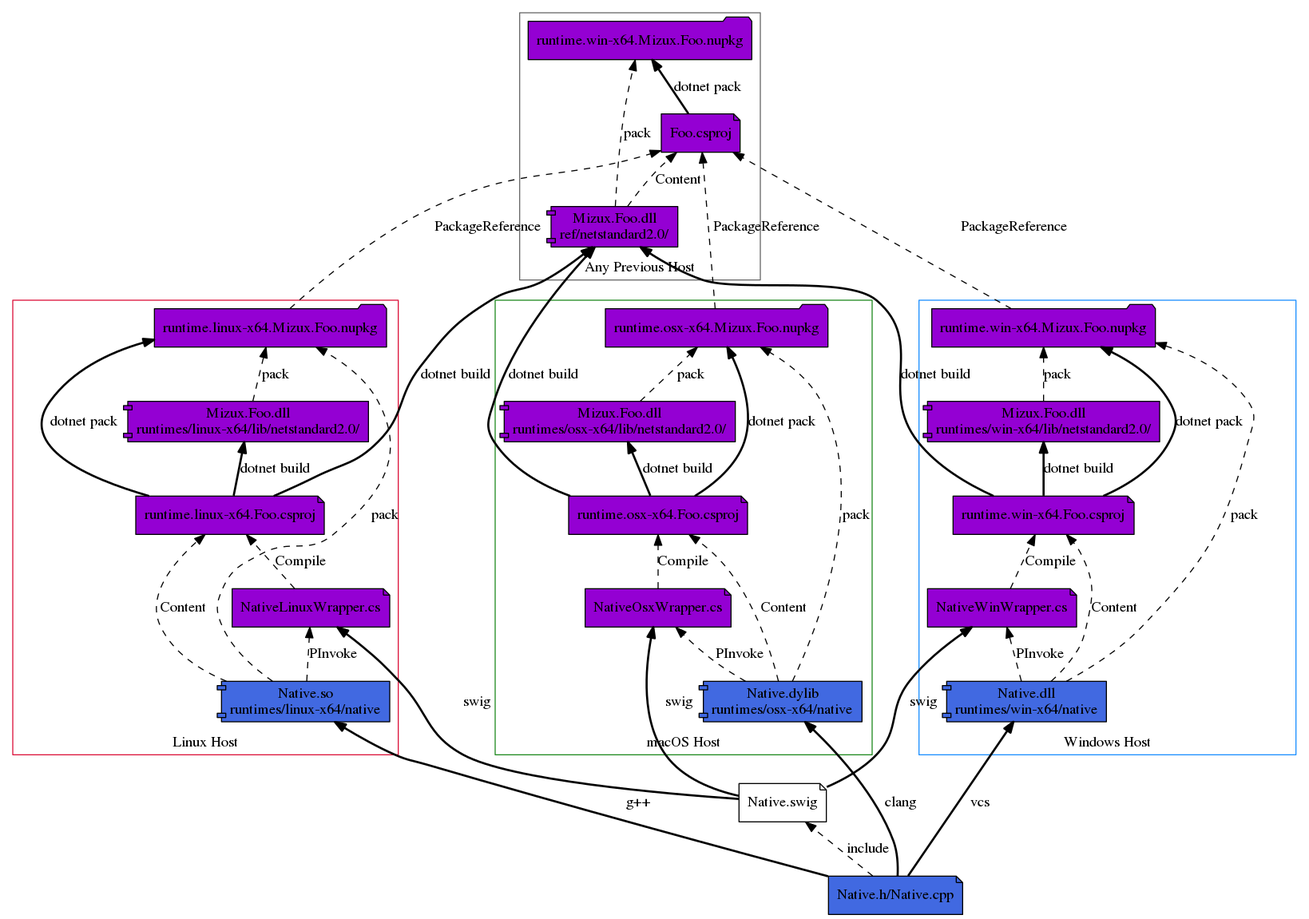
The Graphviz diagram doc/local_pipeline.png in Mizux/dotnet-native, before a commit. Its source is kept beside it as doc/local_pipeline.dot.
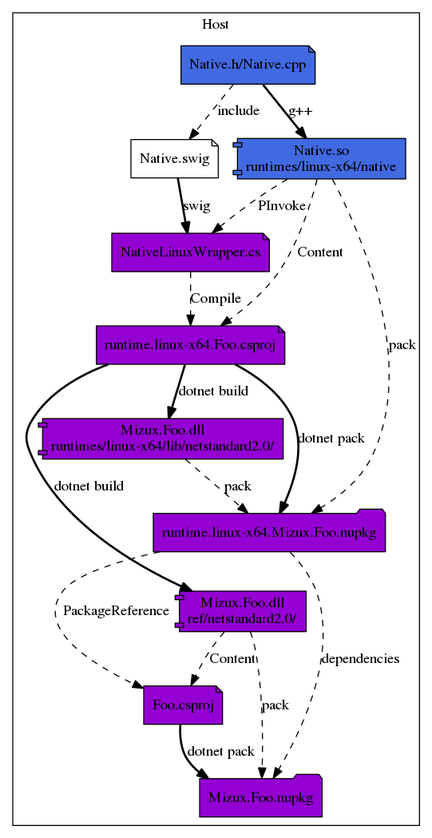
After the change.

Change to the diagram source:
```diff
@@ -1,14 +1,14 @@
 @startdot
 digraph Make {
-  rankdir=BT;
-  node [shape=note, style="rounded,filled", color=black, fillcolor=royalblue];
-  CPP [label="Native.h/Native.cpp"];
-  SWIG [label="Native.swig", fillcolor=white];
-  CPP -> SWIG [label="include", style=dashed];
+  rankdir=TD;
+  subgraph clusterLinux {
+    color=black;
+    label = "Host";
+    node [shape=note, style="rounded,filled", color=black, fillcolor=royalblue];
+    CPP [label="Native.h/Native.cpp"];
+    SWIG [label="Native.swig", fillcolor=white];
+    CPP -> SWIG [label="include", style=dashed];
 
-  subgraph clusterLinux {
-    color=crimson;
-    label = "Linux Host";
     node [shape=note, style="rounded,filled", color=black, fillcolor=darkviolet];
     LINUX_LIB [label="Native.so\nruntimes/linux-x64/native", shape=component, fillcolor=royalblue];
     LINUX_CS [label="NativeLinuxWrapper.cs"];
@@ -23,77 +23,24 @@
     LINUX_LIB -> LINUX_NUPKG [label="pack", style=dashed];
     LINUX_DLL -> LINUX_NUPKG [label="pack", style=dashed];
     LINUX_CSPROJ -> LINUX_NUPKG [label="dotnet pack", style=bold];
-  }
-  SWIG -> LINUX_CS [label="swig", style=bold];
-  CPP -> LINUX_LIB [label="g++", style=bold];
 
-  subgraph clusterOsx {
-    color=forestgreen;
-    label = "macOS Host";
-    node [shape=note, style="rounded,filled", color=black, fillcolor=darkviolet];
-    OSX_LIB [label="Native.dylib\nruntimes/osx-x64/native", shape=component, fillcolor=royalblue];
-    OSX_CS [label="NativeOsxWrapper.cs"];
-    OSX_CSPROJ [label="runtime.osx-x64.Foo.csproj"];
-    OSX_DLL [label="Mizux.Foo.dll\nruntimes/osx-x64/lib/netstandard2.0/", shape=component];
-    OSX_NUPKG [label="runtime.osx-x64.Mizux.Foo.nupkg", shape=folder];
+    SWIG -> LINUX_CS [label="swig", style=bold];
+    CPP -> LINUX_LIB [label="g++", style=bold];
 
-    OSX_LIB -> OSX_CS [label="PInvoke", style=dashed];
-    OSX_CS -> OSX_CSPROJ [label="Compile", style=dashed];
-    OSX_LIB -> OSX_CSPROJ [label="Content", style=dashed];
-    OSX_CSPROJ -> OSX_DLL [label="dotnet build", style=bold];
-    OSX_LIB -> OSX_NUPKG [label="pack", style=dashed];
-    OSX_DLL -> OSX_NUPKG [label="pack", style=dashed];
-    OSX_CSPROJ -> OSX_NUPKG [label="dotnet pack", style=bold];
-  }
-  SWIG -> OSX_CS [label="swig", style=bold];
-  CPP -> OSX_LIB [label="clang", style=bold];
-
-  subgraph clusterWin {
-    color=dodgerblue;
-    label = "Windows Host";
-    node [shape=note, style="rounded,filled", color=black, fillcolor=darkviolet];
-    WIN_LIB [label="Native.dll\nruntimes/win-x64/native", shape=component, fillcolor=royalblue];
-    WIN_CS [label="NativeWinWrapper.cs"];
-    WIN_CSPROJ [label="runtime.win-x64.Foo.csproj"];
-    WIN_DLL [label="Mizux.Foo.dll\nruntimes/win-x64/lib/netstandard2.0/", shape=component];
-    WIN_NUPKG [label="runtime.win-x64.Mizux.Foo.nupkg", shape=folder];
-
-    WIN_LIB -> WIN_CS [label="PInvoke", style=dashed];
-    WIN_CS -> WIN_CSPROJ [label="Compile", style=dashed];
-    WIN_LIB -> WIN_CSPROJ [label="Content", style=dashed];
-    WIN_CSPROJ -> WIN_DLL [label="dotnet build", style=bold];
-    WIN_LIB -> WIN_NUPKG [label="pack", style=dashed];
-    WIN_DLL -> WIN_NUPKG [label="pack", style=dashed];
-    WIN_CSPROJ -> WIN_NUPKG [label="dotnet pack", style=bold];
-  }
-  SWIG -> WIN_CS [label="swig", style=bold];
-  CPP -> WIN_LIB [label="vcs", style=bold];
-
-  subgraph clusterAny {
-    color=dimgrey;
-    label = "Any Previous Host";
     node [shape=note, style="rounded,filled", color=black, fillcolor=darkviolet];
     FOO_REF [label="Mizux.Foo.dll\nref/netstandard2.0/", shape=component];
     FOO_CSPROJ [label="Foo.csproj"];
-    FOO_NUPKG [label="runtime.win-x64.Mizux.Foo.nupkg", shape=folder];
+    FOO_NUPKG [label="Mizux.Foo.nupkg", shape=folder];
 
     LINUX_CSPROJ -> FOO_REF [label="dotnet build", style=bold];
-    OSX_CSPROJ -> FOO_REF [label="dotnet build", style=bold];
-    WIN_CSPROJ -> FOO_REF [label="dotnet build", style=bold];
     FOO_REF -> FOO_CSPROJ [label="Content", style=dashed];
     FOO_CSPROJ -> FOO_NUPKG [label="dotnet pack", style=bold];
+    LINUX_NUPKG -> FOO_NUPKG [label="dependencies", style=dashed];
     FOO_REF -> FOO_NUPKG [label="pack", style=dashed];
+    LINUX_NUPKG -> FOO_CSPROJ [label="PackageReference", style=dashed];
+
+    #SWIG -> LINUX_LIB [arrowhead=none, style=invisible];
+    LINUX_NUPKG -> FOO_REF [arrowhead=none, style=invisible];
   }
-  LINUX_NUPKG -> FOO_CSPROJ [label="PackageReference", style=dashed];
-  OSX_NUPKG -> FOO_CSPROJ [label="PackageReference", style=dashed];
-  WIN_NUPKG -> FOO_CSPROJ [label="PackageReference", style=dashed];
-
- # Hack for layout i.e. add false hidden dependencies
- SWIG -> LINUX_LIB [arrowhead=none, style=invisible];
- SWIG -> OSX_LIB [arrowhead=none, style=invisible];
- SWIG -> WIN_LIB [arrowhead=none, style=invisible];
- LINUX_NUPKG -> FOO_REF [arrowhead=none, style=invisible];
- OSX_NUPKG -> FOO_REF [arrowhead=none, style=invisible];
- WIN_NUPKG -> FOO_REF [arrowhead=none, style=invisible];
 }
 @enddot
```
